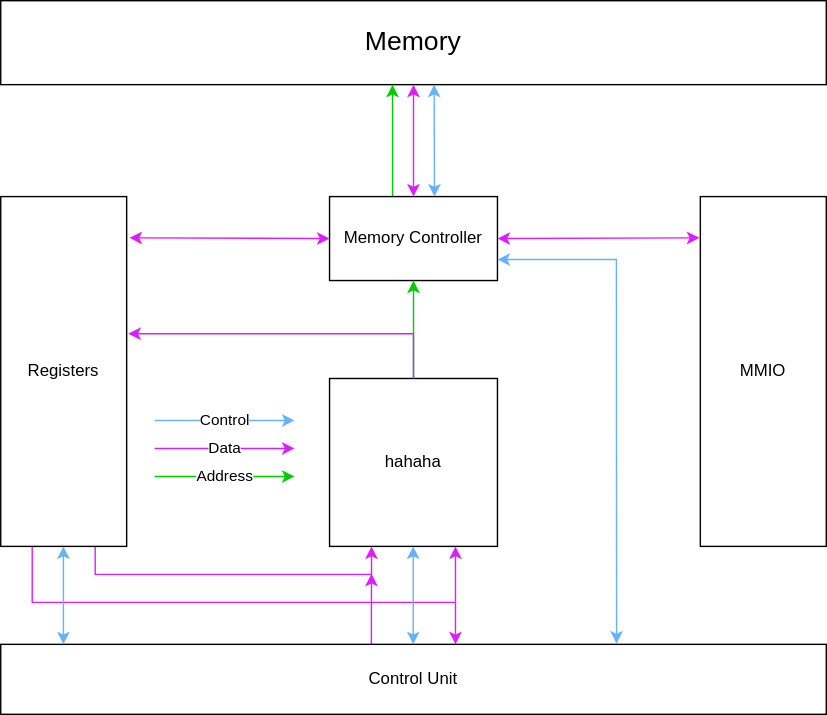
The draw.io diagram docs/imgs/HighLevelHardwareArchitecture.drawio.svg in Sanotsch2003/MiPro-XG-V1, before a commit. Source tidied: cells renumbered, new cells last; positions are measured from the earlier drawing's top-left corner, leaving out a move shared by most shapes.
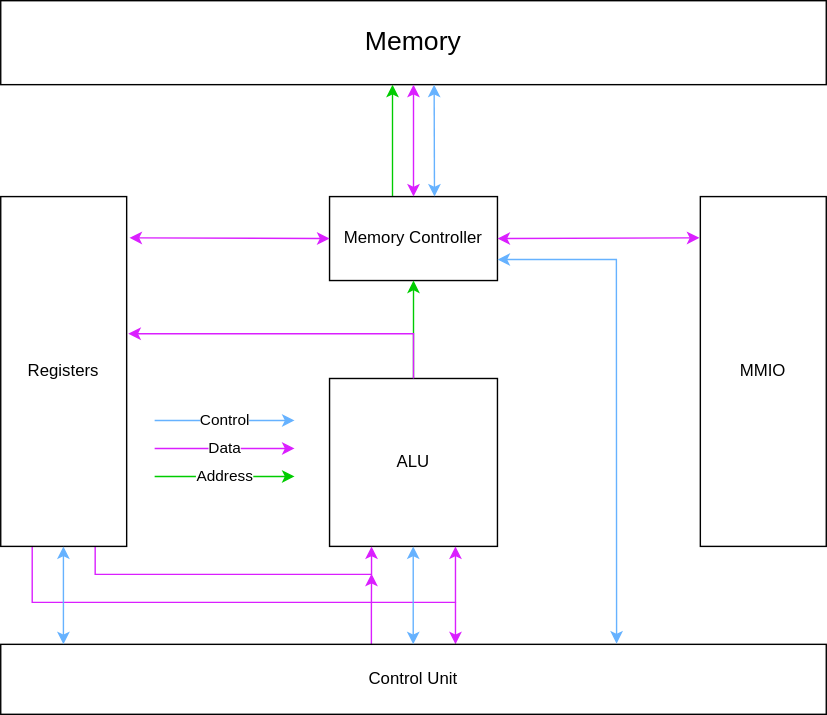
After the change.

What changed in the source:
```diff
@@ -17,7 +17,7 @@
     <mxCell id="5" style="edgeStyle=orthogonalEdgeStyle;rounded=0;jettySize=auto;html=1;entryX=0.5;entryY=1;entryDx=0;entryDy=0;strokeColor=#00CC00;" parent="1" edge="1" source="6" target="4">
       <mxGeometry relative="1" as="geometry" />
     </mxCell>
-    <mxCell id="6" value="hahaha" style="whiteSpace=wrap;html=1;" parent="1" vertex="1">
+    <mxCell id="6" value="ALU" style="whiteSpace=wrap;html=1;" parent="1" vertex="1">
       <mxGeometry x="235" y="270" width="120" height="120" as="geometry" />
     </mxCell>
     <mxCell id="7" value="MMIO" style="rounded=0;whiteSpace=wrap;html=1;" parent="1" vertex="1">
```
